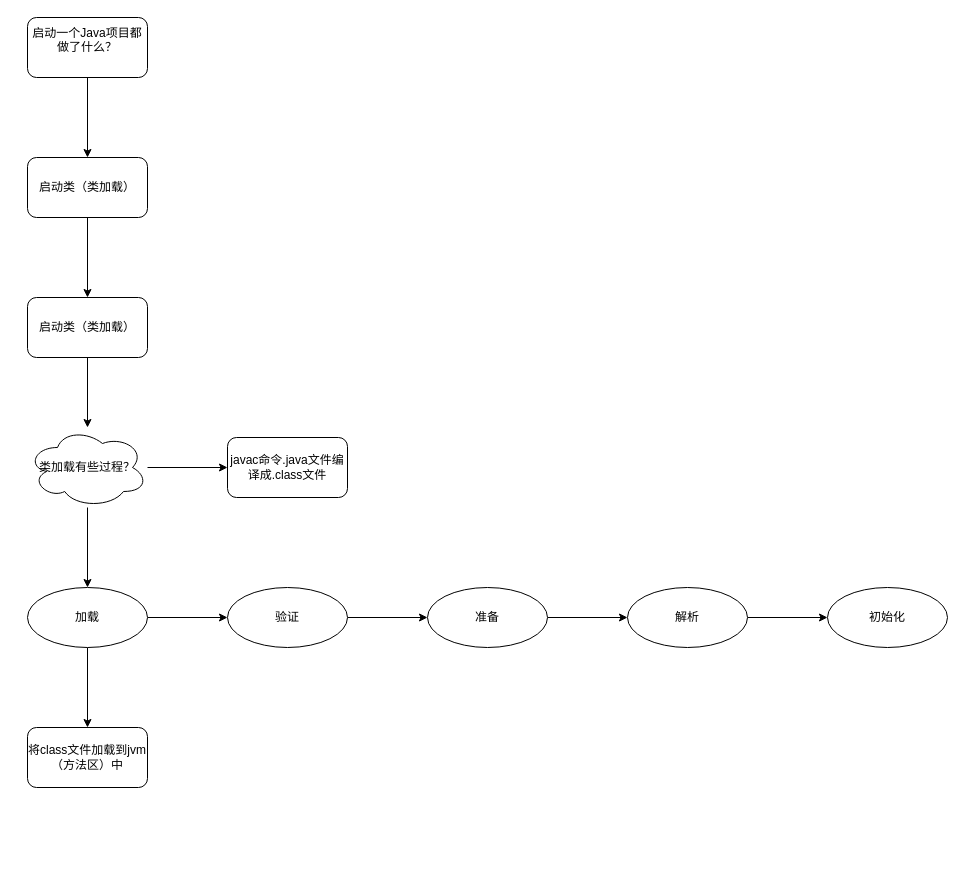
Above: java学习/类加载过程.drawio in lq460541033/draw_dev (draw.io), before the change. Source tidied: cells renumbered, new cells numbered last; positions are measured from the earlier drawing's top-left corner, leaving out a move shared by most shapes. Both pictures are drawn from the tidied source at 100%, with x=0, y=0 at pixel (27, 17).
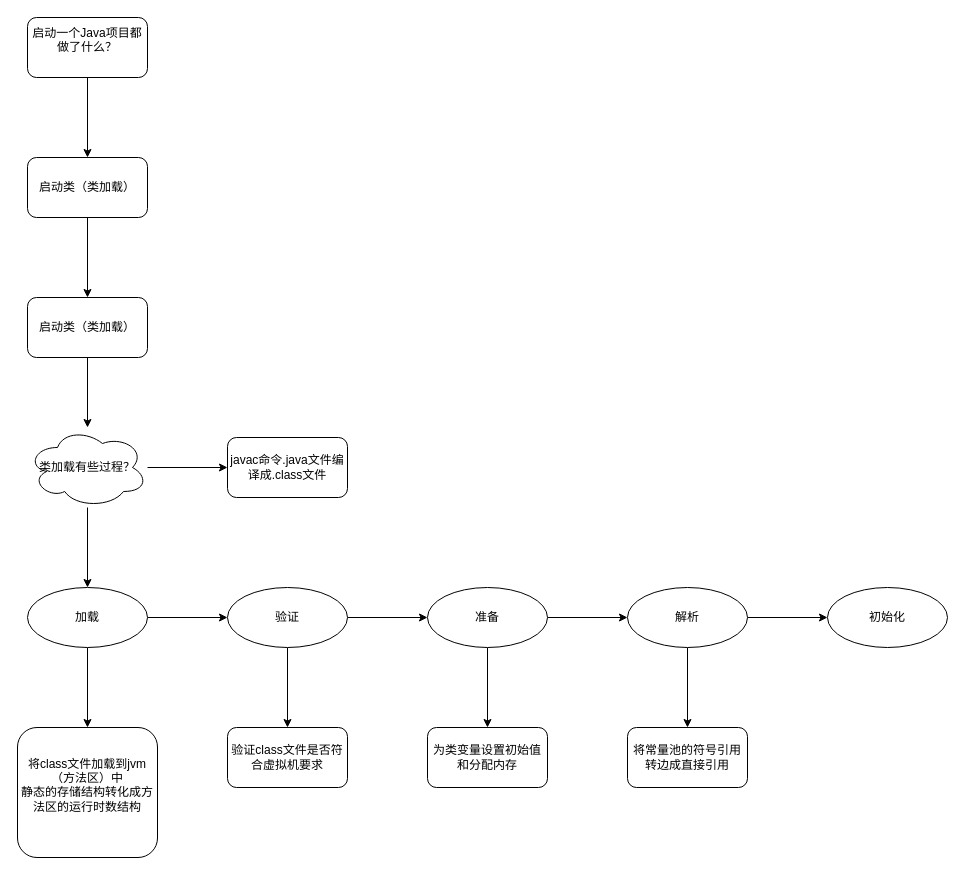
The same page after the edit.

Commit message (it also covers changes not shown here):
Update 类加载过程.drawio

Unchanged cells that the change refers to:
```xml
<mxCell id="15" value="验证" style="ellipse;whiteSpace=wrap;html=1;rounded=1;" parent="1" vertex="1">
  <mxGeometry x="200" y="570" width="120" height="60" as="geometry" />
</mxCell>
<mxCell id="17" value="准备" style="ellipse;whiteSpace=wrap;html=1;rounded=1;" parent="1" vertex="1">
  <mxGeometry x="400" y="570" width="120" height="60" as="geometry" />
</mxCell>
<mxCell id="19" value="解析" style="ellipse;whiteSpace=wrap;html=1;rounded=1;" parent="1" vertex="1">
  <mxGeometry x="600" y="570" width="120" height="60" as="geometry" />
</mxCell>
```

What changed in the source:
```diff
@@
+    <mxCell id="23" style="edgeStyle=orthogonalEdgeStyle;rounded=0;jettySize=auto;html=1;" parent="1" edge="1" source="15" target="26">
+      <mxGeometry relative="1" as="geometry" />
+    </mxCell>
@@
+    <mxCell id="24" style="edgeStyle=orthogonalEdgeStyle;rounded=0;jettySize=auto;html=1;" parent="1" edge="1" source="17" target="27">
+      <mxGeometry relative="1" as="geometry" />
+    </mxCell>
@@
+    <mxCell id="25" style="edgeStyle=orthogonalEdgeStyle;rounded=0;jettySize=auto;html=1;" parent="1" edge="1" source="19" target="28">
+      <mxGeometry relative="1" as="geometry" />
+    </mxCell>
@@
-    <mxCell id="22" value="&lt;span&gt;将class文件加载到jvm（方法区）中&lt;/span&gt;" style="rounded=1;whiteSpace=wrap;html=1;" parent="1" vertex="1">
-      <mxGeometry y="710" width="120" height="60" as="geometry" />
+    <mxCell id="22" value="&lt;span&gt;将class文件加载到jvm（方法区）中&lt;br&gt;静态的存储结构转化成方法区的运行时数结构&lt;br&gt;&lt;br&gt;&lt;/span&gt;" style="rounded=1;whiteSpace=wrap;html=1;" parent="1" vertex="1">
+      <mxGeometry x="-10" y="710" width="140" height="130" as="geometry" />
     </mxCell>
+    <mxCell id="26" value="验证class文件是否符合虚拟机要求" style="whiteSpace=wrap;html=1;rounded=1;" parent="1" vertex="1">
+      <mxGeometry x="200" y="710" width="120" height="60" as="geometry" />
+    </mxCell>
+    <mxCell id="27" value="为类变量设置初始值和分配内存" style="whiteSpace=wrap;html=1;rounded=1;" parent="1" vertex="1">
+      <mxGeometry x="400" y="710" width="120" height="60" as="geometry" />
+    </mxCell>
+    <mxCell id="28" value="将常量池的符号引用转边成直接引用" style="whiteSpace=wrap;html=1;rounded=1;" parent="1" vertex="1">
+      <mxGeometry x="600" y="710" width="120" height="60" as="geometry" />
+    </mxCell>
```
